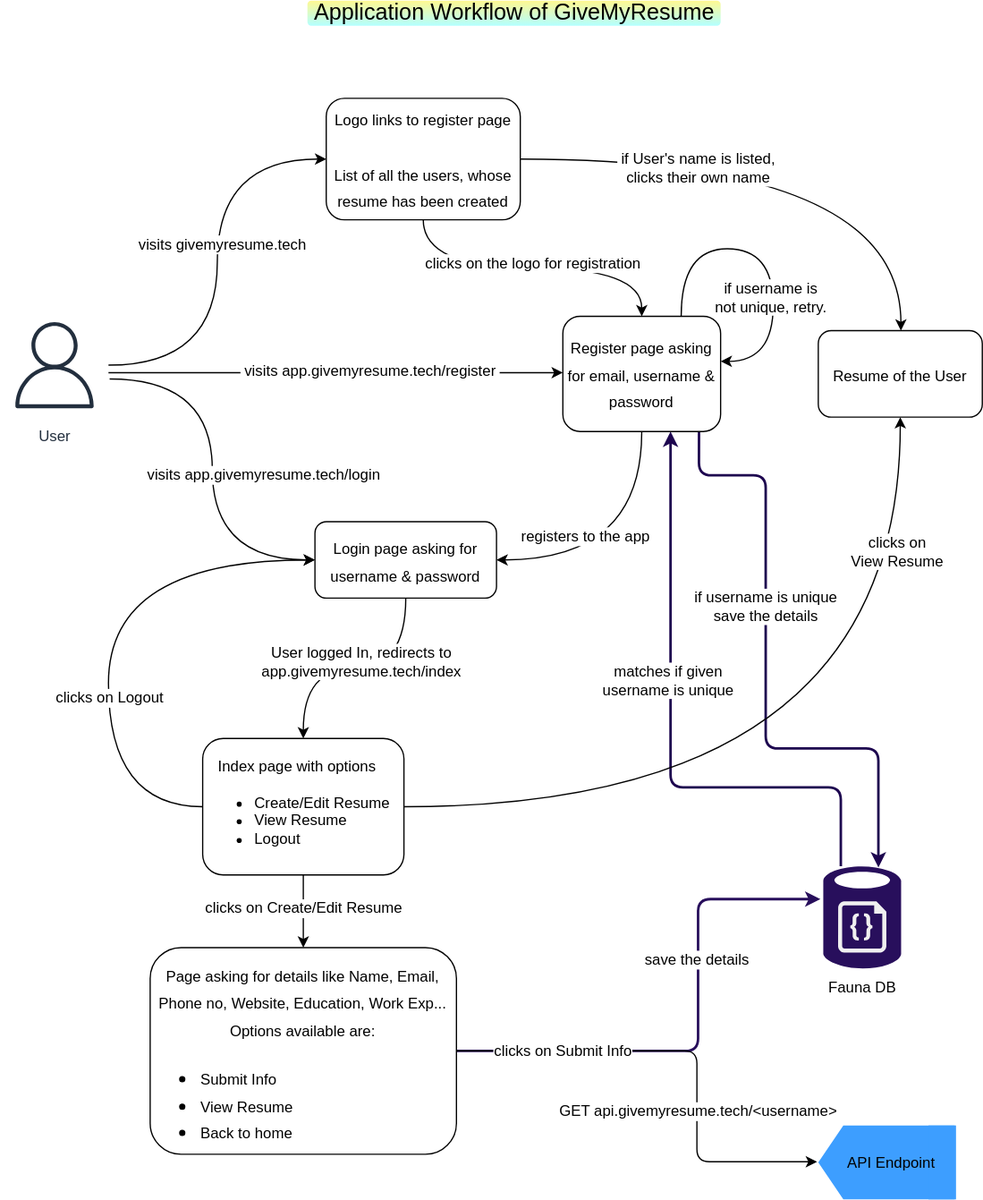
This is app-workflow.drawio.svg from givemyresume/doc, a draw.io export, as it was before one commit. Source tidied: cells renumbered, new cells last; positions are measured from the earlier drawing's top-left corner, leaving out a move shared by most shapes.
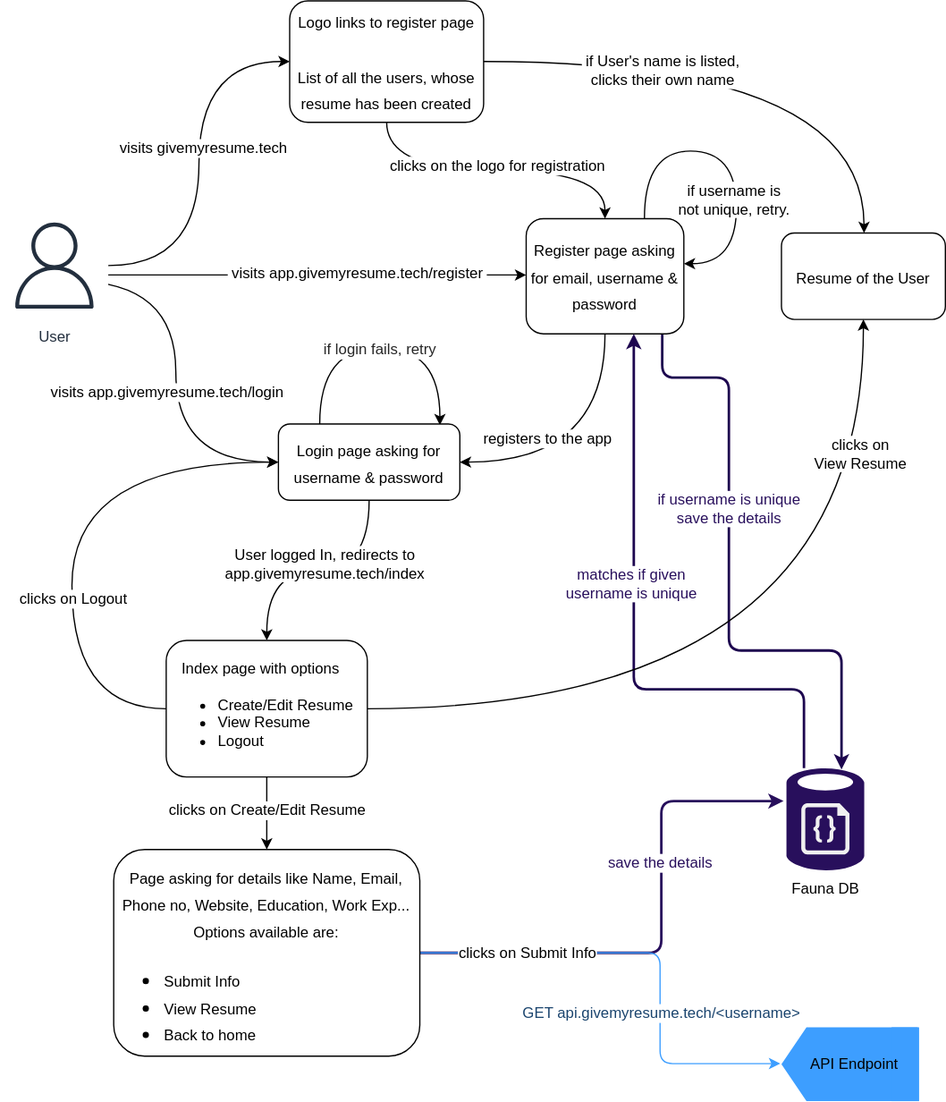
The same diagram one commit later.

The edit, as a diff of the source:
```diff
@@ -5,9 +5,6 @@
     <mxCell id="2" value="Fauna DB" style="sketch=0;shadow=0;dashed=0;html=1;strokeColor=none;labelPosition=center;verticalLabelPosition=bottom;verticalAlign=top;align=center;fillColor=#280F5C;shape=mxgraph.mscae.enterprise.database_generic;rounded=1;fontSize=12;" parent="1" vertex="1">
       <mxGeometry x="657" y="690" width="62.2" height="84" as="geometry" />
     </mxCell>
-    <mxCell id="3" value="&lt;font style=&quot;font-size: 18px&quot;&gt;Application Workflow of GiveMyResume&lt;/font&gt;" style="text;html=1;align=center;verticalAlign=middle;strokeColor=none;fillColor=#FFF891;gradientColor=#B3FFFF;rounded=1;perimeterSpacing=30;strokeWidth=0;" parent="1" vertex="1">
-      <mxGeometry x="245" width="330" height="20" as="geometry" />
-    </mxCell>
     <mxCell id="4" style="edgeStyle=orthogonalEdgeStyle;jettySize=auto;html=1;fontSize=18;curved=1;" parent="1" edge="1" source="10" target="17">
       <mxGeometry relative="1" as="geometry">
         <Array as="points">
@@ -38,11 +35,11 @@
     </mxCell>
     <mxCell id="9" value="visits app.givemyresume.tech/login" style="edgeLabel;html=1;align=center;verticalAlign=middle;fontSize=12;" parent="8" vertex="1">
       <mxGeometry x="-0.04" y="-1" relative="1" as="geometry">
-        <mxPoint x="41" y="12" as="offset" />
+        <mxPoint x="-7" y="23" as="offset" />
       </mxGeometry>
     </mxCell>
     <mxCell id="10" value="User" style="sketch=0;outlineConnect=0;fontColor=#232F3E;gradientColor=none;strokeColor=#232F3E;fillColor=#ffffff;dashed=0;verticalLabelPosition=bottom;verticalAlign=top;align=center;html=1;fontSize=12;fontStyle=0;shape=mxgraph.aws4.resourceIcon;resIcon=mxgraph.aws4.user;rounded=1;" parent="1" vertex="1">
-      <mxGeometry y="248" width="86" height="86" as="geometry" />
+      <mxGeometry x="29" y="246.5" width="86" height="86" as="geometry" />
     </mxCell>
     <mxCell id="11" style="edgeStyle=orthogonalEdgeStyle;curved=1;jettySize=auto;html=1;entryX=1;entryY=0.5;entryDx=0;entryDy=0;fontSize=12;exitX=0.5;exitY=1;exitDx=0;exitDy=0;" parent="1" edge="1" source="17" target="26">
       <mxGeometry relative="1" as="geometry" />
@@ -61,7 +58,7 @@
         </Array>
       </mxGeometry>
     </mxCell>
-    <mxCell id="14" value="matches if given&lt;br&gt;username is unique" style="edgeLabel;html=1;align=center;verticalAlign=middle;fontSize=12;" parent="13" vertex="1">
+    <mxCell id="14" value="matches if given&lt;br&gt;username is unique" style="edgeLabel;html=1;align=center;verticalAlign=middle;fontSize=12;fontColor=#280F5C;" parent="13" vertex="1">
       <mxGeometry x="-0.42" relative="1" as="geometry">
         <mxPoint x="-3" y="58" as="offset" />
       </mxGeometry>
@@ -76,7 +73,7 @@
         </Array>
       </mxGeometry>
     </mxCell>
-    <mxCell id="16" value="if username is unique &lt;br&gt;save the details" style="edgeLabel;html=1;align=center;verticalAlign=middle;fontSize=12;" parent="15" vertex="1">
+    <mxCell id="16" value="if username is unique &lt;br&gt;save the details" style="edgeLabel;html=1;align=center;verticalAlign=middle;fontSize=12;fontColor=#280F5C;" parent="15" vertex="1">
       <mxGeometry x="-0.42" y="-3" relative="1" as="geometry">
         <mxPoint x="2" y="49" as="offset" />
       </mxGeometry>
@@ -118,6 +115,19 @@
         <mxPoint x="-7" y="-10" as="offset" />
       </mxGeometry>
     </mxCell>
+    <mxCell id="46" style="edgeStyle=orthogonalEdgeStyle;orthogonalLoop=1;jettySize=auto;html=1;fontSize=12;fontColor=#474747;entryX=0.89;entryY=0.016;entryDx=0;entryDy=0;entryPerimeter=0;curved=1;" parent="1" edge="1" source="26" target="26">
+      <mxGeometry relative="1" as="geometry">
+        <Array as="points">
+          <mxPoint x="284" y="355" />
+          <mxPoint x="380" y="355" />
+        </Array>
+      </mxGeometry>
+    </mxCell>
+    <mxCell id="47" value="&amp;nbsp;if login fails, retry&amp;nbsp;" style="edgeLabel;html=1;align=center;verticalAlign=middle;fontSize=12;fontColor=#262626;" parent="46" vertex="1">
+      <mxGeometry x="-0.14" relative="1" as="geometry">
+        <mxPoint x="14" y="1" as="offset" />
+      </mxGeometry>
+    </mxCell>
     <mxCell id="26" value="&lt;font style=&quot;font-size: 12px&quot;&gt;Login page asking for username &amp;amp; password&lt;/font&gt;" style="rounded=1;whiteSpace=wrap;html=1;fontSize=18;strokeWidth=1;fillColor=#FFFFFF;gradientColor=none;align=center;" parent="1" vertex="1">
       <mxGeometry x="251" y="416" width="145" height="61" as="geometry" />
     </mxCell>
@@ -157,12 +167,12 @@
         </Array>
       </mxGeometry>
     </mxCell>
-    <mxCell id="35" value="save the details" style="edgeLabel;html=1;align=center;verticalAlign=middle;fontSize=12;" parent="34" vertex="1">
+    <mxCell id="35" value="save the details" style="edgeLabel;html=1;align=center;verticalAlign=middle;fontSize=12;fontColor=#280F5C;" parent="34" vertex="1">
       <mxGeometry x="0.31" y="2" relative="1" as="geometry">
         <mxPoint y="5" as="offset" />
       </mxGeometry>
     </mxCell>
-    <mxCell id="36" style="edgeStyle=orthogonalEdgeStyle;rounded=1;jettySize=auto;html=1;fontSize=12;startArrow=none;startFill=0;endArrow=classic;endFill=1;strokeColor=#000000;strokeWidth=1;" parent="1" edge="1" source="39">
+    <mxCell id="36" style="edgeStyle=orthogonalEdgeStyle;rounded=1;jettySize=auto;html=1;fontSize=12;startArrow=none;startFill=0;endArrow=classic;endFill=1;strokeColor=#3D9EFF;strokeWidth=1;" parent="1" edge="1" source="39">
       <mxGeometry relative="1" as="geometry">
         <mxPoint x="652" y="927" as="targetPoint" />
         <Array as="points">
@@ -177,7 +187,7 @@
         <mxPoint x="10" as="offset" />
       </mxGeometry>
     </mxCell>
-    <mxCell id="38" value="GET api.givemyresume.tech/&amp;lt;username&amp;gt;" style="edgeLabel;html=1;align=center;verticalAlign=middle;fontSize=12;" parent="36" vertex="1">
+    <mxCell id="38" value="GET api.givemyresume.tech/&amp;lt;username&amp;gt;" style="edgeLabel;html=1;align=center;verticalAlign=middle;fontSize=12;fontColor=#1A446E;" parent="36" vertex="1">
       <mxGeometry x="0.22" relative="1" as="geometry">
         <mxPoint y="11" as="offset" />
       </mxGeometry>
```
